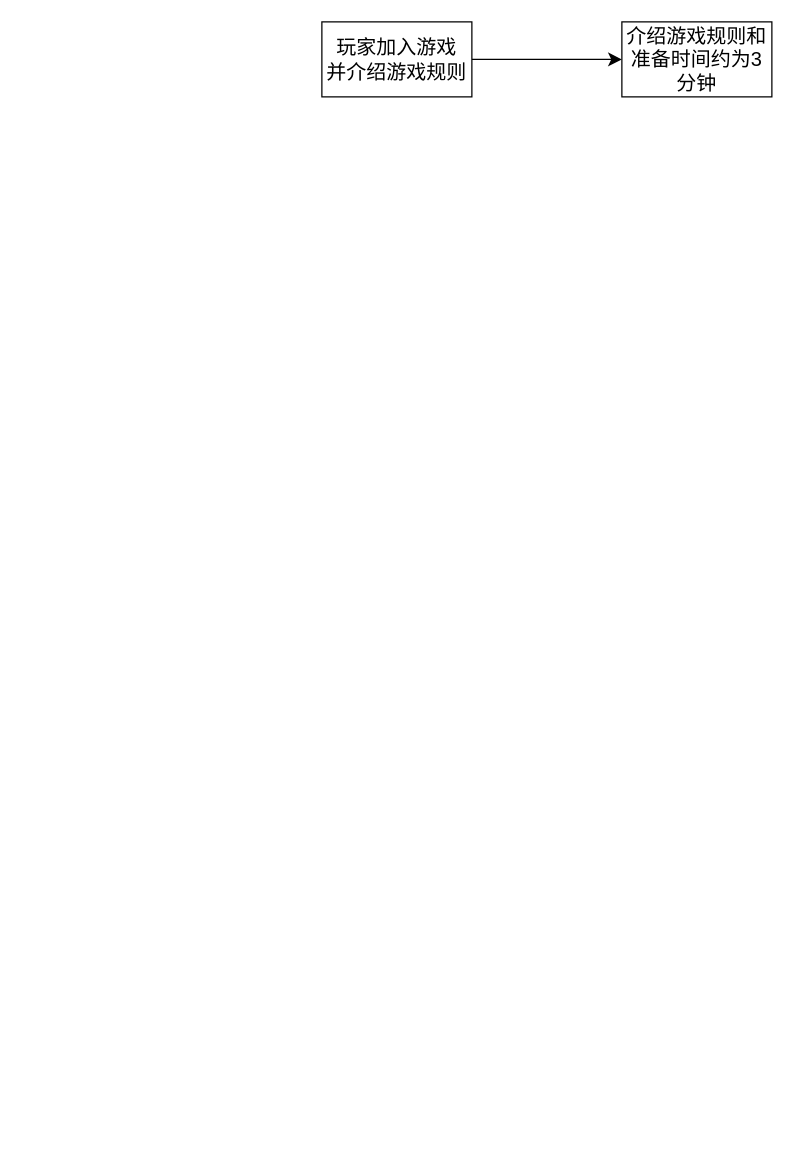
Above: 小游戏/acerace.drawio in nothing-championship/what-it-this (draw.io), before the change. Source tidied: cells renumbered, new cells numbered last; positions are measured from the earlier drawing's top-left corner, leaving out a move shared by most shapes. Both pictures are drawn from the tidied source at 125%, with x=0, y=0 at pixel (321, 21).
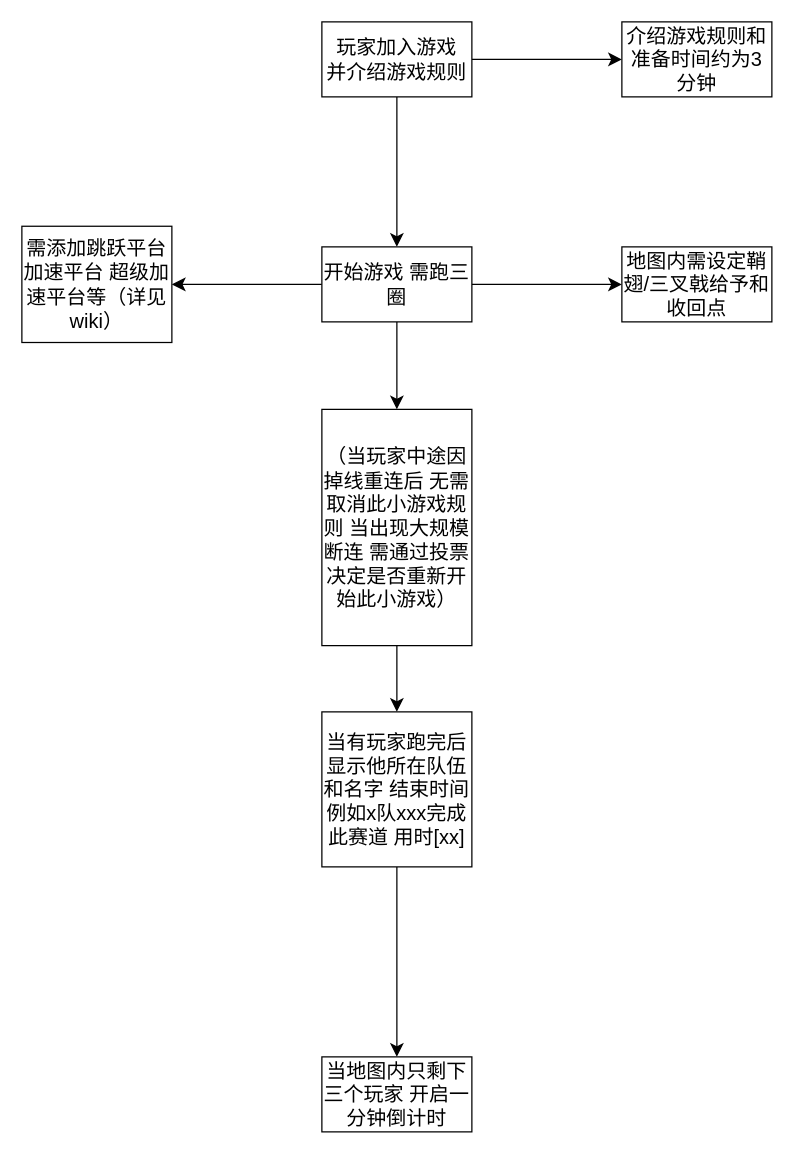
The same page after the edit.

The edit, as a diff of the source:
```diff
@@
 <mxGraphModel>
   <root>
     <mxCell id="0" />
     <mxCell id="1" parent="0" />
     <mxCell id="2" style="edgeStyle=none;curved=1;rounded=0;jettySize=auto;html=1;fontSize=12;startSize=8;endSize=8;" parent="1" edge="1" source="3" target="4">
       <mxGeometry relative="1" as="geometry" />
     </mxCell>
+    <mxCell id="5" style="edgeStyle=none;curved=1;rounded=0;jettySize=auto;html=1;fontSize=12;startSize=8;endSize=8;" parent="1" edge="1" source="3" target="9">
+      <mxGeometry relative="1" as="geometry" />
+    </mxCell>
     <mxCell id="3" value="玩家加入游戏&lt;br&gt;并介绍游戏规则" style="whiteSpace=wrap;html=1;fontSize=16;" parent="1" vertex="1">
       <mxGeometry width="120" height="60" as="geometry" />
     </mxCell>
     <mxCell id="4" value="介绍游戏规则和准备时间约为3分钟" style="whiteSpace=wrap;html=1;fontSize=16;" parent="1" vertex="1">
       <mxGeometry x="240" width="120" height="60" as="geometry" />
     </mxCell>
+    <mxCell id="6" style="edgeStyle=none;curved=1;rounded=0;jettySize=auto;html=1;fontSize=12;startSize=8;endSize=8;" parent="1" edge="1" source="9" target="10">
+      <mxGeometry relative="1" as="geometry" />
+    </mxCell>
+    <mxCell id="7" style="edgeStyle=none;curved=1;rounded=0;jettySize=auto;html=1;fontSize=12;startSize=8;endSize=8;" parent="1" edge="1" source="9" target="11">
+      <mxGeometry relative="1" as="geometry" />
+    </mxCell>
+    <mxCell id="8" style="edgeStyle=none;curved=1;rounded=0;jettySize=auto;html=1;fontSize=12;startSize=8;endSize=8;" parent="1" edge="1" source="9" target="13">
+      <mxGeometry relative="1" as="geometry" />
+    </mxCell>
+    <mxCell id="9" value="开始游戏 需跑三圈" style="whiteSpace=wrap;html=1;fontSize=16;" parent="1" vertex="1">
+      <mxGeometry y="180" width="120" height="60" as="geometry" />
+    </mxCell>
+    <mxCell id="10" value="地图内需设定鞘翅/三叉戟给予和收回点" style="whiteSpace=wrap;html=1;fontSize=16;" parent="1" vertex="1">
+      <mxGeometry x="240" y="180" width="120" height="60" as="geometry" />
+    </mxCell>
+    <mxCell id="11" value="需添加跳跃平台 加速平台 超级加速平台等（详见wiki）" style="whiteSpace=wrap;html=1;fontSize=16;" parent="1" vertex="1">
+      <mxGeometry x="-240" y="163.5" width="120" height="93" as="geometry" />
+    </mxCell>
+    <mxCell id="12" style="edgeStyle=none;curved=1;rounded=0;jettySize=auto;html=1;fontSize=12;startSize=8;endSize=8;" parent="1" edge="1" source="13" target="15">
+      <mxGeometry relative="1" as="geometry" />
+    </mxCell>
+    <mxCell id="13" value="（当玩家中途因掉线重连后 无需取消此小游戏规则 当出现大规模断连 需通过投票决定是否重新开始此小游戏）" style="whiteSpace=wrap;html=1;fontSize=16;" parent="1" vertex="1">
+      <mxGeometry y="310" width="120" height="189" as="geometry" />
+    </mxCell>
+    <mxCell id="14" style="edgeStyle=none;curved=1;rounded=0;jettySize=auto;html=1;fontSize=12;startSize=8;endSize=8;" parent="1" edge="1" source="15" target="16">
+      <mxGeometry relative="1" as="geometry" />
+    </mxCell>
+    <mxCell id="15" value="当有玩家跑完后 显示他所在队伍和名字 结束时间&lt;br&gt;例如x队xxx完成此赛道 用时[xx]" style="whiteSpace=wrap;html=1;fontSize=16;" parent="1" vertex="1">
+      <mxGeometry y="552" width="120" height="124" as="geometry" />
+    </mxCell>
+    <mxCell id="16" value="当地图内只剩下三个玩家 开启一分钟倒计时" style="whiteSpace=wrap;html=1;fontSize=16;" parent="1" vertex="1">
+      <mxGeometry y="828" width="120" height="60" as="geometry" />
+    </mxCell>
   </root>
 </mxGraphModel>
```
